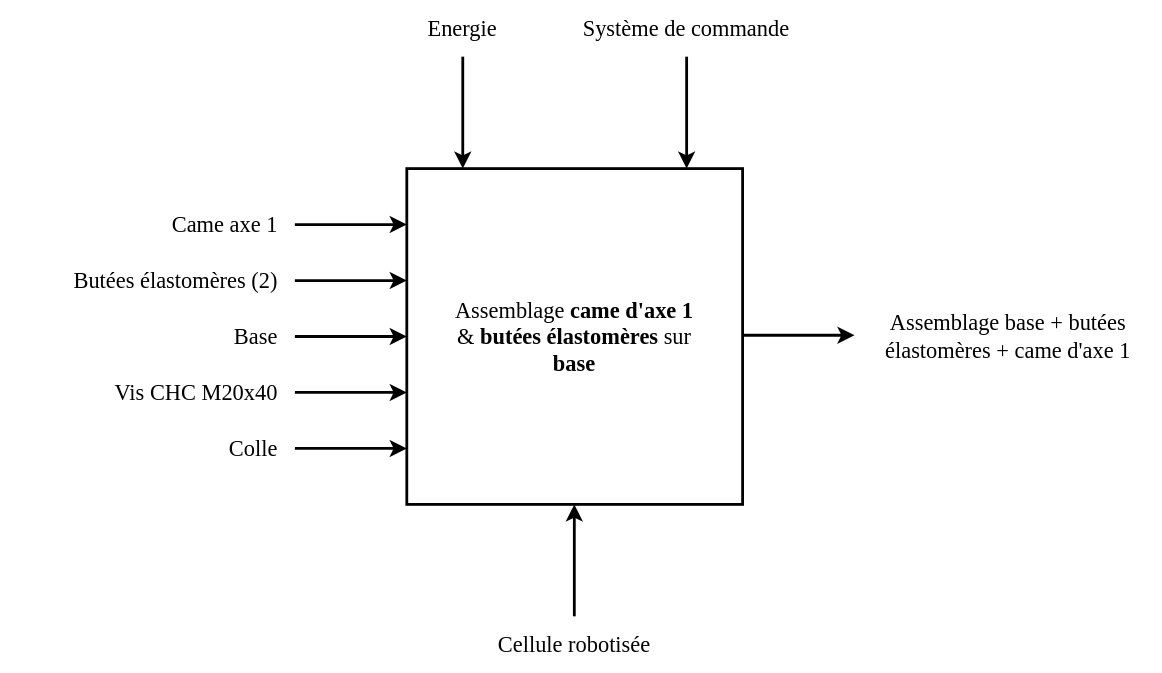
The draw.io diagram sadt_lot-1.drawio.svg in joriszuretti/esirem, before a commit. Source tidied: cells renumbered, new cells last; positions are measured from the earlier drawing's top-left corner, leaving out a move shared by most shapes.
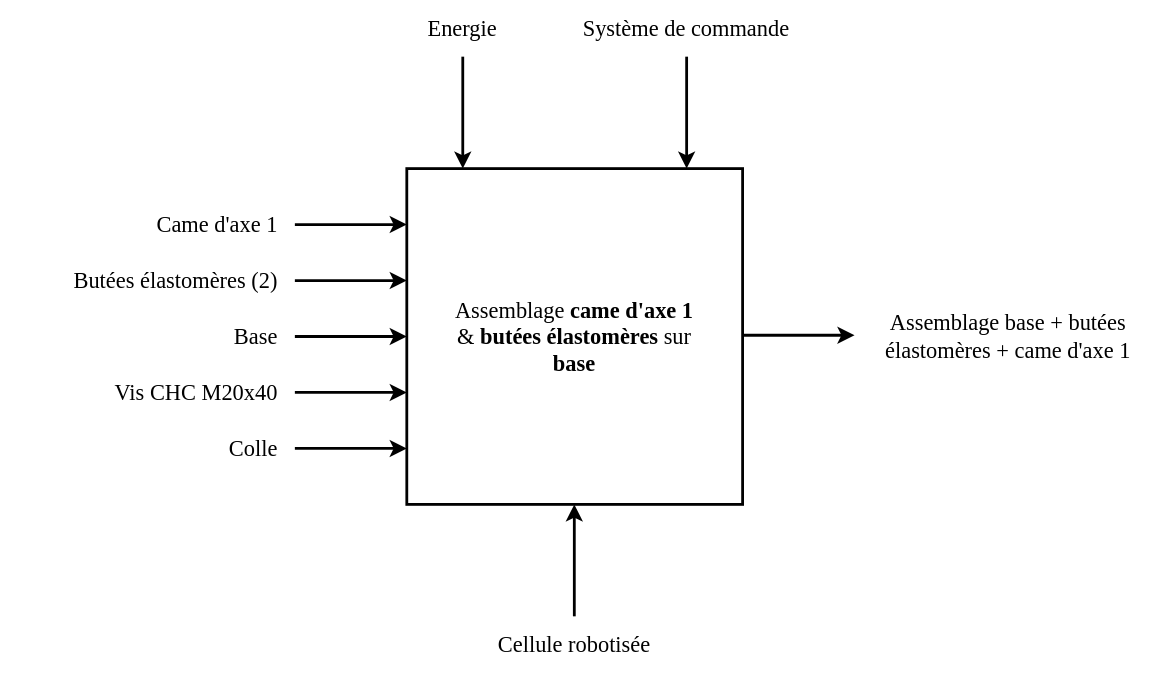
After the commit.

Commit message:
Mettre à jour sadt_lot-1.drawio.svg

Change to the diagram source:
```diff
@@ -59,7 +59,7 @@
     <mxCell id="12" value="Système de commande" style="text;html=1;strokeColor=none;fillColor=none;align=center;verticalAlign=middle;whiteSpace=wrap;rounded=0;fontSize=16;fontFamily=Siemens TIA Portal Basic;" parent="1" vertex="1">
       <mxGeometry x="370" width="240" height="40" as="geometry" />
     </mxCell>
-    <mxCell id="13" value="&lt;font style=&quot;font-size: 16px;&quot;&gt;Came axe 1&lt;/font&gt;" style="text;html=1;strokeColor=none;fillColor=none;align=right;verticalAlign=middle;whiteSpace=wrap;rounded=0;fontFamily=Siemens TIA Portal Basic;" parent="1" vertex="1">
+    <mxCell id="13" value="&lt;font style=&quot;font-size: 16px;&quot;&gt;Came d'axe 1&lt;/font&gt;" style="text;html=1;strokeColor=none;fillColor=none;align=right;verticalAlign=middle;whiteSpace=wrap;rounded=0;fontFamily=Siemens TIA Portal Basic;" parent="1" vertex="1">
       <mxGeometry x="40" y="120" width="160" height="80" as="geometry" />
     </mxCell>
     <mxCell id="14" value="Butées élastomères (2)" style="text;html=1;strokeColor=none;fillColor=none;align=right;verticalAlign=middle;whiteSpace=wrap;rounded=0;fontSize=16;fontFamily=Siemens TIA Portal Basic;" parent="1" vertex="1">
```
